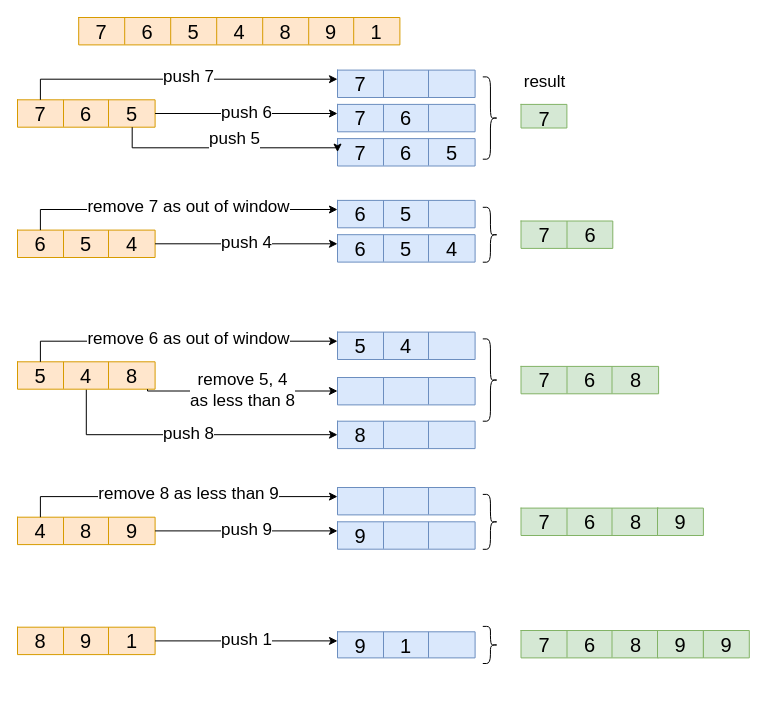
Above: page "Page-7" (7 of 7) of images/BST.drawio in tracey7d4/tracey7d4.github.io (draw.io), before the change. Source tidied: cells renumbered, new cells numbered last; positions are measured from the earlier drawing's top-left corner, leaving out a move shared by most shapes. Both pictures are drawn from the tidied source at 100%, with x=0, y=0 at pixel (17, 17).
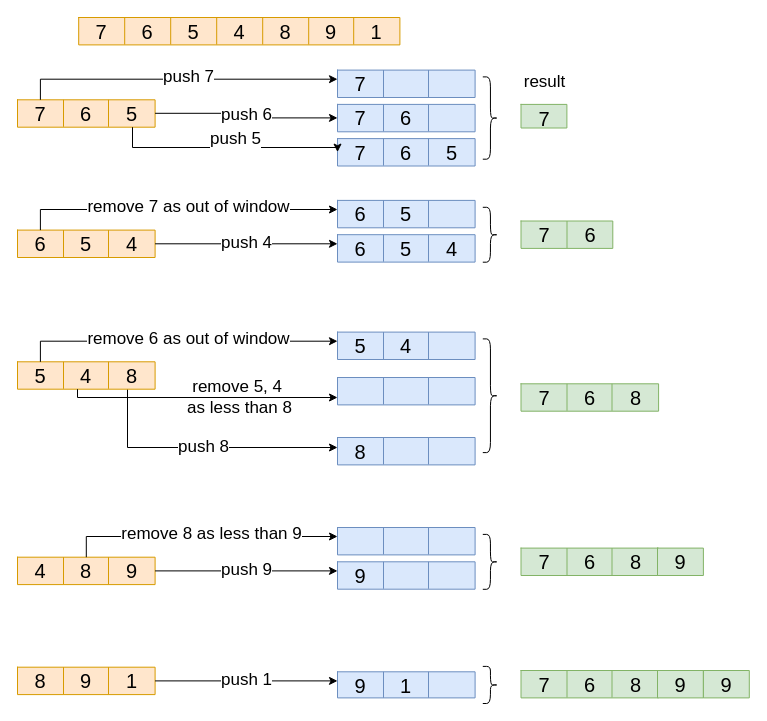
The same diagram, later.

The change refers to these unchanged cells:
```xml
<mxCell id="40" style="shape=table;html=1;whiteSpace=wrap;startSize=0;childLayout=tableLayout;fillColor=#ffe6cc;strokeColor=#d79b00;" parent="1" vertex="1">
  <mxGeometry y="344.3" width="137.6" height="27.4" as="geometry" />
</mxCell>
<mxCell id="52" style="shape=partialRectangle;html=1;whiteSpace=wrap;fillColor=none;top=0;left=0;bottom=0;right=0;points=[[0,0.5],[1,0.5]];portConstraint=eastwest;" parent="51" vertex="1">
  <mxGeometry width="137.6" height="27" as="geometry" />
</mxCell>
<mxCell id="58" style="shape=partialRectangle;html=1;whiteSpace=wrap;fillColor=none;top=0;left=0;bottom=0;right=0;points=[[0,0.5],[1,0.5]];portConstraint=eastwest;" parent="57" vertex="1">
  <mxGeometry width="137.6" height="27" as="geometry" />
</mxCell>
<mxCell id="69" style="shape=partialRectangle;html=1;whiteSpace=wrap;fillColor=none;top=0;left=0;bottom=0;right=0;points=[[0,0.5],[1,0.5]];portConstraint=eastwest;" parent="68" vertex="1">
  <mxGeometry width="137.6" height="27" as="geometry" />
</mxCell>
<mxCell id="75" style="shape=partialRectangle;html=1;whiteSpace=wrap;fillColor=none;top=0;left=0;bottom=0;right=0;points=[[0,0.5],[1,0.5]];portConstraint=eastwest;" parent="74" vertex="1">
  <mxGeometry width="137.6" height="27" as="geometry" />
</mxCell>
<mxCell id="81" style="shape=table;html=1;whiteSpace=wrap;startSize=0;childLayout=tableLayout;fillColor=#ffe6cc;strokeColor=#d79b00;" parent="1" vertex="1">
  <mxGeometry y="82.3" width="137.6" height="27.4" as="geometry" />
</mxCell>
<mxCell id="82" style="shape=partialRectangle;html=1;whiteSpace=wrap;fillColor=none;top=0;left=0;bottom=0;right=0;points=[[0,0.5],[1,0.5]];portConstraint=eastwest;" parent="81" vertex="1">
  <mxGeometry width="137.6" height="27" as="geometry" />
</mxCell>
<mxCell id="93" style="shape=partialRectangle;html=1;whiteSpace=wrap;fillColor=none;top=0;left=0;bottom=0;right=0;points=[[0,0.5],[1,0.5]];portConstraint=eastwest;" parent="92" vertex="1">
  <mxGeometry width="137.6" height="27" as="geometry" />
</mxCell>
<mxCell id="99" style="shape=partialRectangle;html=1;whiteSpace=wrap;fillColor=none;top=0;left=0;bottom=0;right=0;points=[[0,0.5],[1,0.5]];portConstraint=eastwest;" parent="98" vertex="1">
  <mxGeometry width="137.6" height="27" as="geometry" />
</mxCell>
<mxCell id="124" style="shape=partialRectangle;html=1;whiteSpace=wrap;fillColor=none;top=0;left=0;bottom=0;right=0;points=[[0,0.5],[1,0.5]];portConstraint=eastwest;" parent="123" vertex="1">
  <mxGeometry width="137.6" height="26" as="geometry" />
</mxCell>
```

What changed in the source:
```diff
@@
     <mxCell id="34" style="shape=table;html=1;whiteSpace=wrap;startSize=0;childLayout=tableLayout;fillColor=#d5e8d4;strokeColor=#82b366;" parent="1" vertex="1">
-      <mxGeometry x="503.5" y="348.9" width="137.6" height="27.4" as="geometry" />
+      <mxGeometry x="503.5" y="366.3" width="137.6" height="27.4" as="geometry" />
     </mxCell>
@@
     <mxCell id="39" value="push 8" style="edgeStyle=orthogonalEdgeStyle;rounded=0;jettySize=auto;html=1;fontSize=17;" parent="1" edge="1" source="40" target="58">
-      <mxGeometry relative="1" as="geometry" />
+      <mxGeometry relative="1" as="geometry">
+        <Array as="points">
+          <mxPoint x="110" y="430" />
+        </Array>
+      </mxGeometry>
     </mxCell>
@@
-    <mxCell id="56" value="remove 5, 4 &lt;br&gt;as less than 8&lt;br&gt;" style="edgeStyle=orthogonalEdgeStyle;rounded=0;jettySize=auto;html=1;fontSize=17;" parent="1" edge="1" source="40" target="52">
+    <mxCell id="56" style="edgeStyle=orthogonalEdgeStyle;rounded=0;jettySize=auto;html=1;fontSize=17;" parent="1" edge="1" source="40" target="52">
       <mxGeometry x="40" y="350" as="geometry">
         <Array as="points">
-          <mxPoint x="130" y="358" />
+          <mxPoint x="60" y="380" />
         </Array>
       </mxGeometry>
     </mxCell>
     <mxCell id="57" style="shape=table;html=1;whiteSpace=wrap;startSize=0;childLayout=tableLayout;fillColor=#dae8fc;strokeColor=#6c8ebf;" parent="1" vertex="1">
-      <mxGeometry x="320" y="403.7" width="137.6" height="27.4" as="geometry" />
+      <mxGeometry x="320" y="420" width="137.6" height="27.4" as="geometry" />
     </mxCell>
@@
     <mxCell id="62" style="shape=curlyBracket;whiteSpace=wrap;html=1;rounded=1;fillColor=#FFE6CC;fontSize=17;rotation=-180;" parent="1" vertex="1">
-      <mxGeometry x="465.3" y="321.4" width="15.3" height="82.3" as="geometry" />
+      <mxGeometry x="465.3" y="321.4" width="15.3" height="113.7" as="geometry" />
     </mxCell>
     <mxCell id="63" style="shape=table;html=1;whiteSpace=wrap;startSize=0;childLayout=tableLayout;fillColor=#ffe6cc;strokeColor=#d79b00;" parent="1" vertex="1">
-      <mxGeometry y="499.7" width="137.6" height="27.4" as="geometry" />
+      <mxGeometry y="539.7" width="137.6" height="27.4" as="geometry" />
     </mxCell>
@@
     <mxCell id="68" style="shape=table;html=1;whiteSpace=wrap;startSize=0;childLayout=tableLayout;fillColor=#dae8fc;strokeColor=#6c8ebf;" parent="1" vertex="1">
-      <mxGeometry x="320" y="470" width="137.6" height="27.4" as="geometry" />
+      <mxGeometry x="320" y="510" width="137.6" height="27.4" as="geometry" />
     </mxCell>
@@
     <mxCell id="73" value="remove 8 as less than 9" style="edgeStyle=orthogonalEdgeStyle;rounded=0;jettySize=auto;html=1;fontSize=17;labelPosition=center;verticalLabelPosition=top;align=center;verticalAlign=bottom;" parent="1" edge="1" source="63" target="69">
-      <mxGeometry x="40" y="505.4" as="geometry">
+      <mxGeometry x="40" y="545.4" as="geometry">
         <Array as="points">
-          <mxPoint x="22.9" y="479.1" />
+          <mxPoint x="69" y="519" />
         </Array>
       </mxGeometry>
     </mxCell>
     <mxCell id="74" style="shape=table;html=1;whiteSpace=wrap;startSize=0;childLayout=tableLayout;fillColor=#dae8fc;strokeColor=#6c8ebf;" parent="1" vertex="1">
-      <mxGeometry x="320" y="504.3" width="137.6" height="27.4" as="geometry" />
+      <mxGeometry x="320" y="544.3" width="137.6" height="27.4" as="geometry" />
     </mxCell>
@@
     <mxCell id="79" value="push 9" style="edgeStyle=orthogonalEdgeStyle;rounded=0;jettySize=auto;html=1;fontSize=17;" parent="1" edge="1" source="63" target="75">
-      <mxGeometry x="40" y="505.4" as="geometry">
+      <mxGeometry x="40" y="545.4" as="geometry">
         <Array as="points">
-          <mxPoint x="130" y="513.4" />
+          <mxPoint x="130" y="553.4" />
         </Array>
       </mxGeometry>
     </mxCell>
     <mxCell id="80" style="shape=curlyBracket;whiteSpace=wrap;html=1;rounded=1;fillColor=#FFE6CC;fontSize=17;rotation=-180;" parent="1" vertex="1">
-      <mxGeometry x="465.3" y="476.9" width="15.3" height="54.9" as="geometry" />
+      <mxGeometry x="465.3" y="516.9" width="15.3" height="54.9" as="geometry" />
     </mxCell>
@@
-    <mxCell id="97" value="push 6" style="edgeStyle=orthogonalEdgeStyle;rounded=0;jettySize=auto;html=1;fontSize=17;" parent="1" edge="1" source="81" target="93">
-      <mxGeometry x="40" y="88" as="geometry">
-        <Array as="points">
-          <mxPoint x="130" y="96" />
-        </Array>
-      </mxGeometry>
+    <mxCell id="97" value="push 6" style="edgeStyle=orthogonalEdgeStyle;rounded=0;jettySize=auto;html=1;fontSize=17;" parent="1" edge="1" source="82" target="93">
+      <mxGeometry x="40" y="88" as="geometry" />
     </mxCell>
@@
     <mxCell id="103" value="push 5" style="edgeStyle=orthogonalEdgeStyle;rounded=0;jettySize=auto;html=1;entryX=0;entryY=0.5;entryDx=0;entryDy=0;fontSize=17;" parent="1" edge="1" source="81" target="99">
       <mxGeometry x="40" y="88" as="geometry">
         <Array as="points">
-          <mxPoint x="114.7" y="130.3" />
+          <mxPoint x="115" y="130" />
+          <mxPoint x="320" y="130" />
         </Array>
       </mxGeometry>
     </mxCell>
@@
     <mxCell id="109" style="group;" parent="1" vertex="1">
-      <mxGeometry x="503.5" y="490.6" width="182.3" height="27.4" as="geometry" />
+      <mxGeometry x="503.5" y="530.6" width="182.3" height="27.4" as="geometry" />
     </mxCell>
@@
     <mxCell id="118" style="shape=table;html=1;whiteSpace=wrap;startSize=0;childLayout=tableLayout;fillColor=#ffe6cc;strokeColor=#d79b00;" parent="1" vertex="1">
-      <mxGeometry y="609.7" width="137.6" height="27.4" as="geometry" />
+      <mxGeometry y="649.7" width="137.6" height="27.4" as="geometry" />
     </mxCell>
@@
     <mxCell id="123" style="shape=table;html=1;whiteSpace=wrap;startSize=0;childLayout=tableLayout;fillColor=#dae8fc;strokeColor=#6c8ebf;" parent="1" vertex="1">
-      <mxGeometry x="320" y="614.3" width="137.6" height="26.1" as="geometry" />
+      <mxGeometry x="320" y="654.3" width="137.6" height="26.1" as="geometry" />
     </mxCell>
@@
     <mxCell id="128" value="push 1" style="edgeStyle=orthogonalEdgeStyle;rounded=0;jettySize=auto;html=1;fontSize=17;" parent="1" edge="1" source="118" target="124">
-      <mxGeometry x="40" y="615.4" as="geometry">
+      <mxGeometry x="40" y="655.4" as="geometry">
         <Array as="points">
-          <mxPoint x="130" y="623.4" />
+          <mxPoint x="130" y="663.4" />
         </Array>
       </mxGeometry>
     </mxCell>
     <mxCell id="129" style="shape=curlyBracket;whiteSpace=wrap;html=1;rounded=1;fillColor=#FFE6CC;fontSize=17;rotation=-180;" parent="1" vertex="1">
-      <mxGeometry x="465.3" y="608.9" width="15.3" height="37.1" as="geometry" />
+      <mxGeometry x="465.3" y="648.9" width="15.3" height="37.1" as="geometry" />
     </mxCell>
     <mxCell id="130" style="shape=table;html=1;whiteSpace=wrap;startSize=0;childLayout=tableLayout;fillColor=#d5e8d4;strokeColor=#82b366;" parent="1" vertex="1">
-      <mxGeometry x="503.5" y="613" width="137.6" height="27.4" as="geometry" />
+      <mxGeometry x="503.5" y="653" width="137.6" height="27.4" as="geometry" />
     </mxCell>
@@
     <mxCell id="135" style="shape=table;html=1;whiteSpace=wrap;startSize=0;childLayout=tableLayout;fillColor=#d5e8d4;strokeColor=#82b366;" parent="1" vertex="1">
-      <mxGeometry x="640" y="613" width="45.9" height="27.4" as="geometry" />
+      <mxGeometry x="640" y="653" width="45.9" height="27.4" as="geometry" />
     </mxCell>
@@
     <mxCell id="138" style="shape=table;html=1;whiteSpace=wrap;startSize=0;childLayout=tableLayout;fillColor=#d5e8d4;strokeColor=#82b366;" parent="1" vertex="1">
-      <mxGeometry x="685.9" y="613" width="45.9" height="27.4" as="geometry" />
+      <mxGeometry x="685.9" y="653" width="45.9" height="27.4" as="geometry" />
     </mxCell>
@@
+    <mxCell id="141" value="&lt;span style=&quot;font-size: 17px ; background-color: rgb(255 , 255 , 255)&quot;&gt;remove 5, 4&amp;nbsp;&lt;/span&gt;&lt;br style=&quot;font-size: 17px&quot;&gt;&lt;span style=&quot;font-size: 17px ; background-color: rgb(255 , 255 , 255)&quot;&gt;as less than 8&lt;/span&gt;" style="text;html=1;align=center;verticalAlign=middle;" parent="1" vertex="1">
+      <mxGeometry x="161.8" y="360" width="120" height="40" as="geometry" />
+    </mxCell>
```
